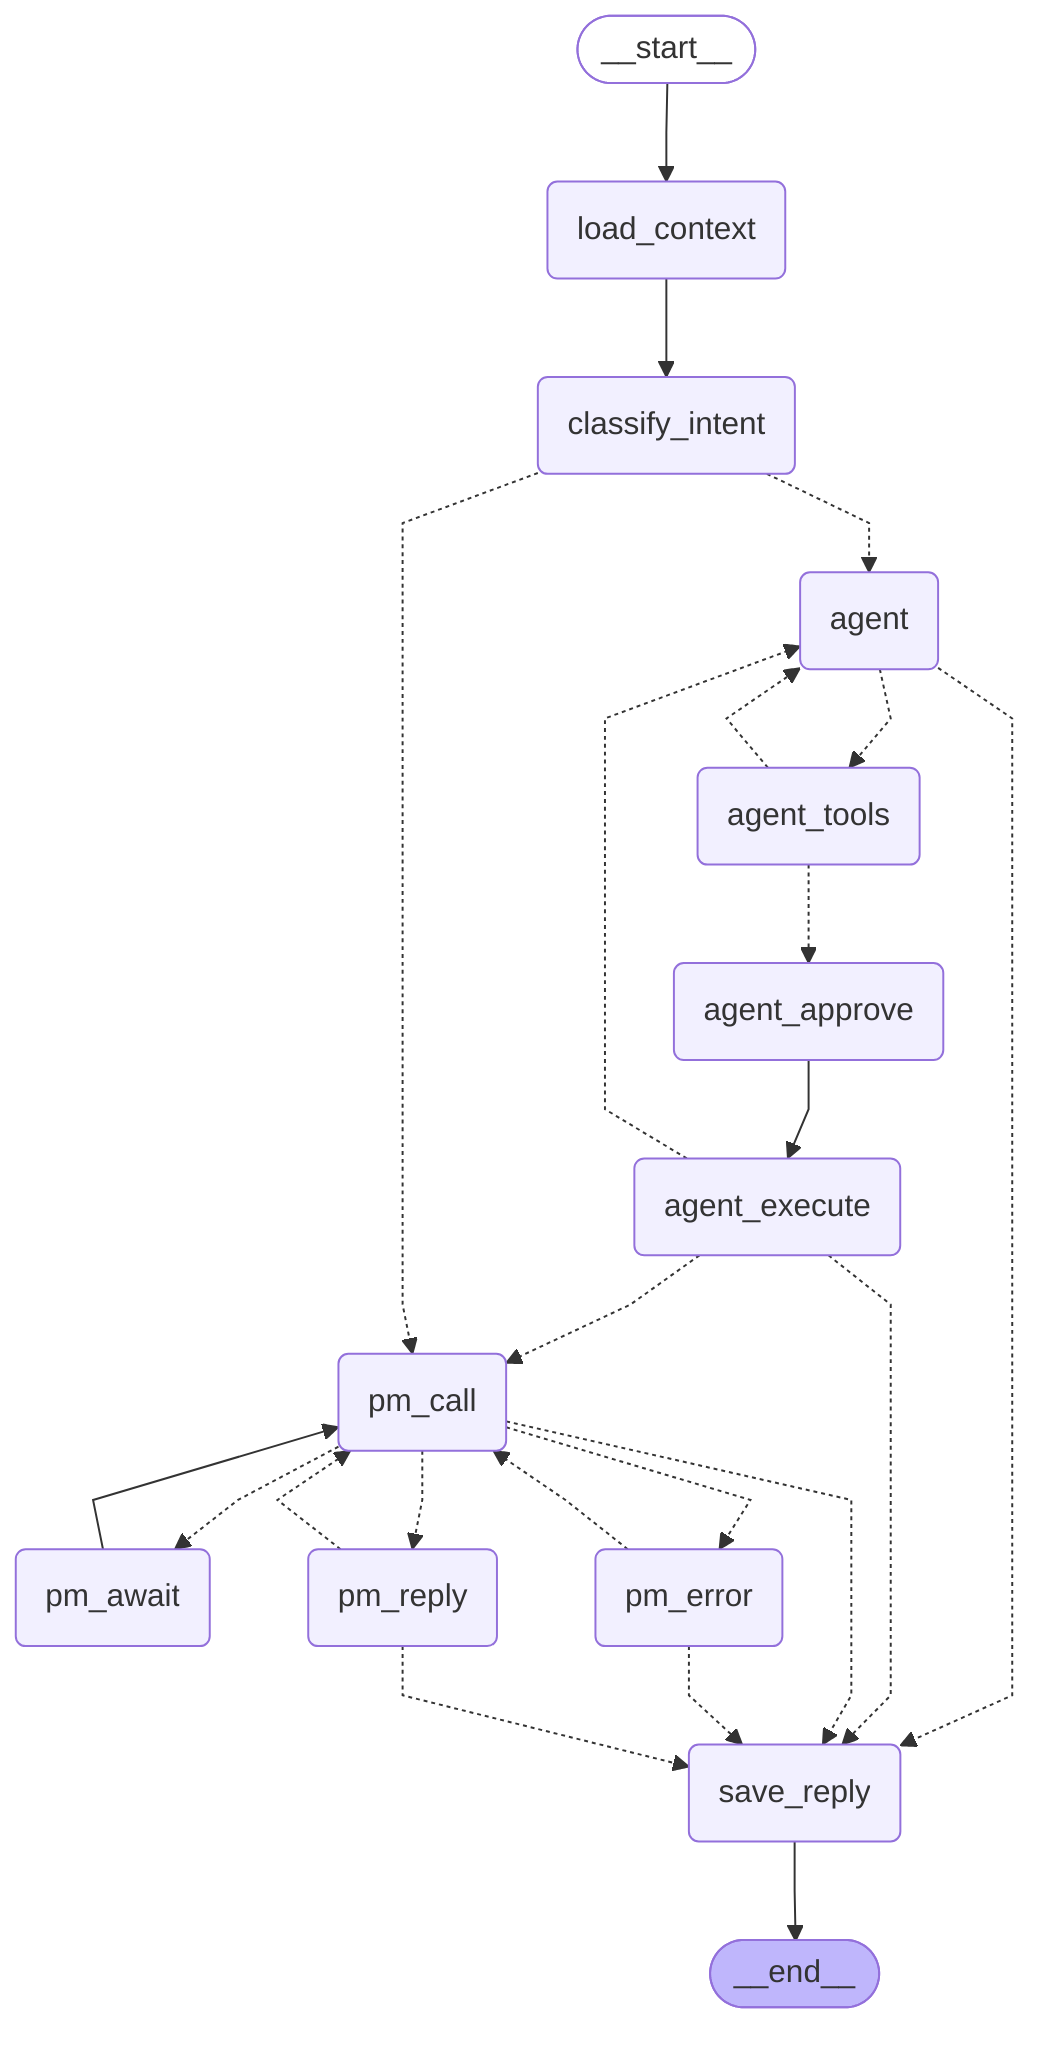
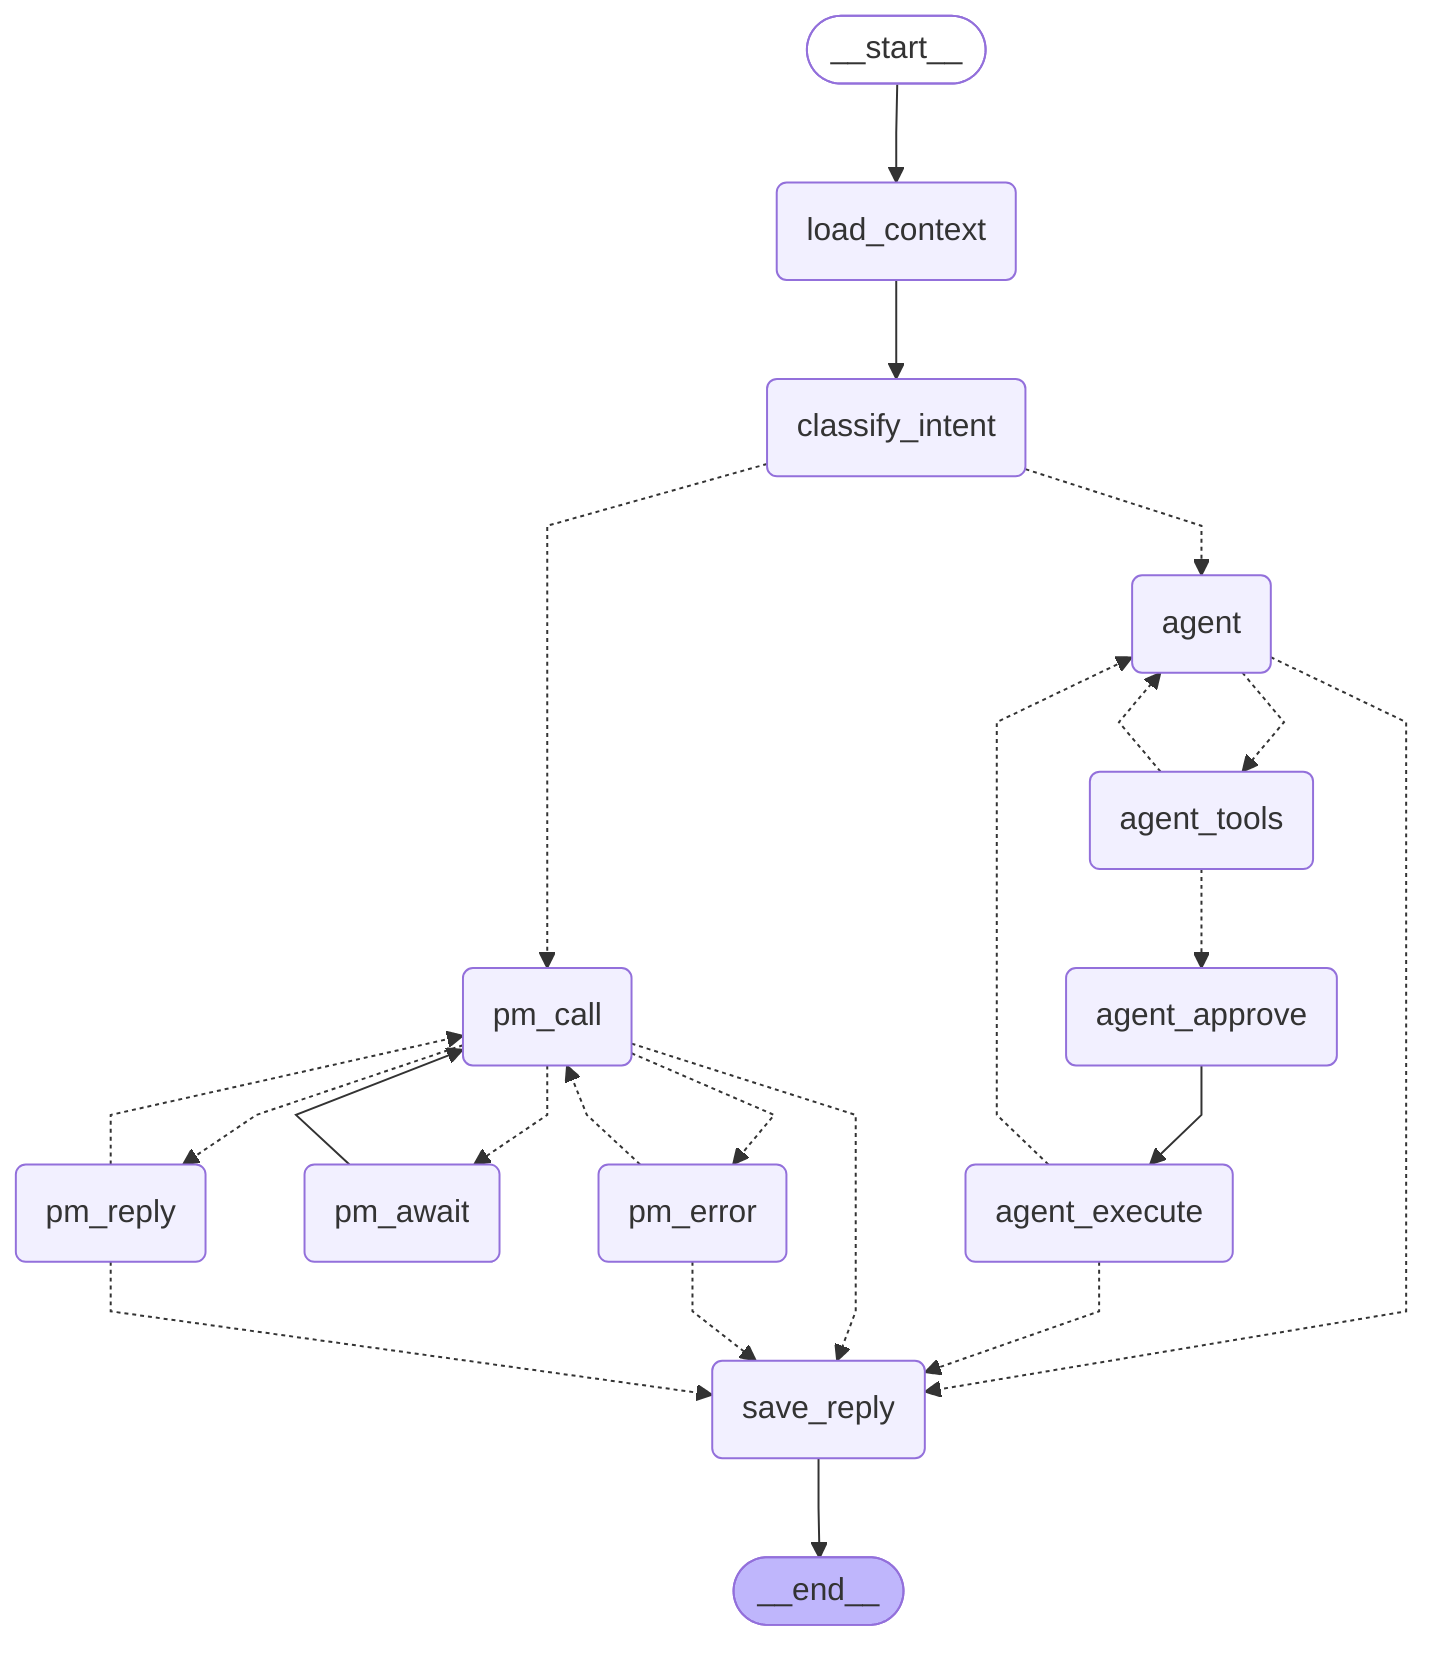
---
config:
  flowchart:
    curve: linear
---
graph TD;
	__start__([<p>__start__</p>]):::first
	load_context(load_context)
	classify_intent(classify_intent)
	agent(agent)
	agent_tools(agent_tools)
	agent_approve(agent_approve)
	agent_execute(agent_execute)
	pm_call(pm_call)
	pm_await(pm_await)
	pm_reply(pm_reply)
	pm_error(pm_error)
	save_reply(save_reply)
	__end__([<p>__end__</p>]):::last
	__start__ --> load_context;
	agent -.-> agent_tools;
	agent -.-> save_reply;
	agent_approve --> agent_execute;
	agent_execute -.-> agent;
- 	agent_execute -.-> pm_call;
	agent_execute -.-> save_reply;
	agent_tools -.-> agent;
	agent_tools -.-> agent_approve;
	classify_intent -.-> agent;
	classify_intent -.-> pm_call;
	load_context --> classify_intent;
	pm_await --> pm_call;
	pm_call -.-> pm_await;
	pm_call -.-> pm_error;
	pm_call -.-> pm_reply;
	pm_call -.-> save_reply;
	pm_error -.-> pm_call;
	pm_error -.-> save_reply;
	pm_reply -.-> pm_call;
	pm_reply -.-> save_reply;
	save_reply --> __end__;
	classDef default fill:#f2f0ff,line-height:1.2
	classDef first fill-opacity:0
	classDef last fill:#bfb6fc
